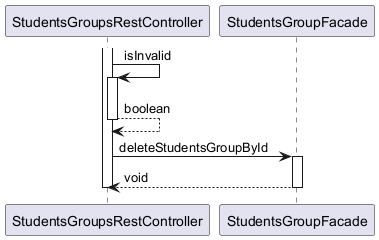
OlegSopilnyak/school-demo keeps this PlantUML diagram as ingress/documentation/html/images/Organization.StudentsGroup.delete.puml.png.png. Above is the earlier version. Source of this version:
```plantuml
@startuml

participant StudentsGroupsRestController
participant StudentsGroupFacade

activate StudentsGroupsRestController
	StudentsGroupsRestController -> StudentsGroupsRestController : isInvalid
	activate StudentsGroupsRestController
		StudentsGroupsRestController --> StudentsGroupsRestController : boolean
	deactivate StudentsGroupsRestController
	StudentsGroupsRestController -> StudentsGroupFacade : deleteStudentsGroupById
	activate StudentsGroupFacade
		StudentsGroupFacade --> StudentsGroupsRestController : void
	deactivate StudentsGroupFacade
deactivate StudentsGroupsRestController

@enduml
```
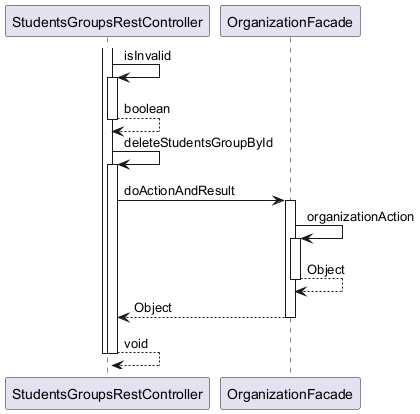
Above is the later version.

Diff of the diagram source:
```diff
@@ -1,17 +1,25 @@
 @startuml
 
 participant StudentsGroupsRestController
-participant StudentsGroupFacade
+participant OrganizationFacade
 
 activate StudentsGroupsRestController
 	StudentsGroupsRestController -> StudentsGroupsRestController : isInvalid
 	activate StudentsGroupsRestController
 		StudentsGroupsRestController --> StudentsGroupsRestController : boolean
 	deactivate StudentsGroupsRestController
-	StudentsGroupsRestController -> StudentsGroupFacade : deleteStudentsGroupById
-	activate StudentsGroupFacade
-		StudentsGroupFacade --> StudentsGroupsRestController : void
-	deactivate StudentsGroupFacade
+	StudentsGroupsRestController -> StudentsGroupsRestController : deleteStudentsGroupById
+	activate StudentsGroupsRestController
+		StudentsGroupsRestController -> OrganizationFacade : doActionAndResult
+		activate OrganizationFacade
+			OrganizationFacade -> OrganizationFacade : organizationAction
+			activate OrganizationFacade
+				OrganizationFacade --> OrganizationFacade : Object
+			deactivate OrganizationFacade
+			OrganizationFacade --> StudentsGroupsRestController : Object
+		deactivate OrganizationFacade
+		StudentsGroupsRestController --> StudentsGroupsRestController : void
+	deactivate StudentsGroupsRestController
 deactivate StudentsGroupsRestController
 
 @enduml
```
